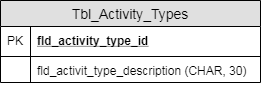
The draw.io diagram documentation/Activity Type Entity.png in Djsiclait/MiniMarketInventoryManagement, before a commit. Source tidied: cells renumbered, new cells last; positions are measured from the earlier drawing's top-left corner, leaving out a move shared by most shapes.
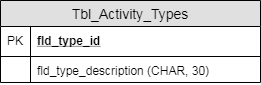
Above is the later version.

Commit message:
Modify activity type entity diagram

What changed in the source:
```diff
@@ -5,13 +5,13 @@
     <mxCell id="2" value="Tbl_Activity_Types" style="swimlane;fontStyle=0;horizontal=1;startSize=26;fillColor=#e0e0e0;swimlaneFillColor=#ffffff;align=center;fontSize=14;" parent="1" vertex="1">
       <mxGeometry width="260" height="82" as="geometry" />
     </mxCell>
-    <mxCell id="3" value="fld_activity_type_id" style="shape=partialRectangle;top=0;left=0;right=0;bottom=1;align=left;verticalAlign=middle;fillColor=none;spacingLeft=34;spacingRight=4;overflow=hidden;fontStyle=5;fontSize=12;" parent="2" vertex="1">
+    <mxCell id="3" value="fld_type_id" style="shape=partialRectangle;top=0;left=0;right=0;bottom=1;align=left;verticalAlign=middle;fillColor=none;spacingLeft=34;spacingRight=4;overflow=hidden;fontStyle=5;fontSize=12;" parent="2" vertex="1">
       <mxGeometry y="26" width="260" height="30" as="geometry" />
     </mxCell>
     <mxCell id="4" value="PK" style="shape=partialRectangle;top=0;left=0;bottom=0;fillColor=none;align=left;verticalAlign=middle;spacingLeft=4;spacingRight=4;overflow=hidden;fontSize=12;" parent="3" vertex="1">
       <mxGeometry width="30" height="30" as="geometry" />
     </mxCell>
-    <mxCell id="5" value="fld_activit_type_description (CHAR, 30)" style="shape=partialRectangle;top=0;left=0;right=0;bottom=0;align=left;verticalAlign=top;fillColor=none;spacingLeft=34;spacingRight=4;overflow=hidden;fontSize=12;" parent="2" vertex="1">
+    <mxCell id="5" value="fld_type_description (CHAR, 30)" style="shape=partialRectangle;top=0;left=0;right=0;bottom=0;align=left;verticalAlign=top;fillColor=none;spacingLeft=34;spacingRight=4;overflow=hidden;fontSize=12;" parent="2" vertex="1">
       <mxGeometry y="56" width="260" height="26" as="geometry" />
     </mxCell>
     <mxCell id="6" style="shape=partialRectangle;top=0;left=0;bottom=0;fillColor=none;align=left;verticalAlign=top;spacingLeft=4;spacingRight=4;overflow=hidden;fontSize=12;" parent="5" vertex="1">
```
